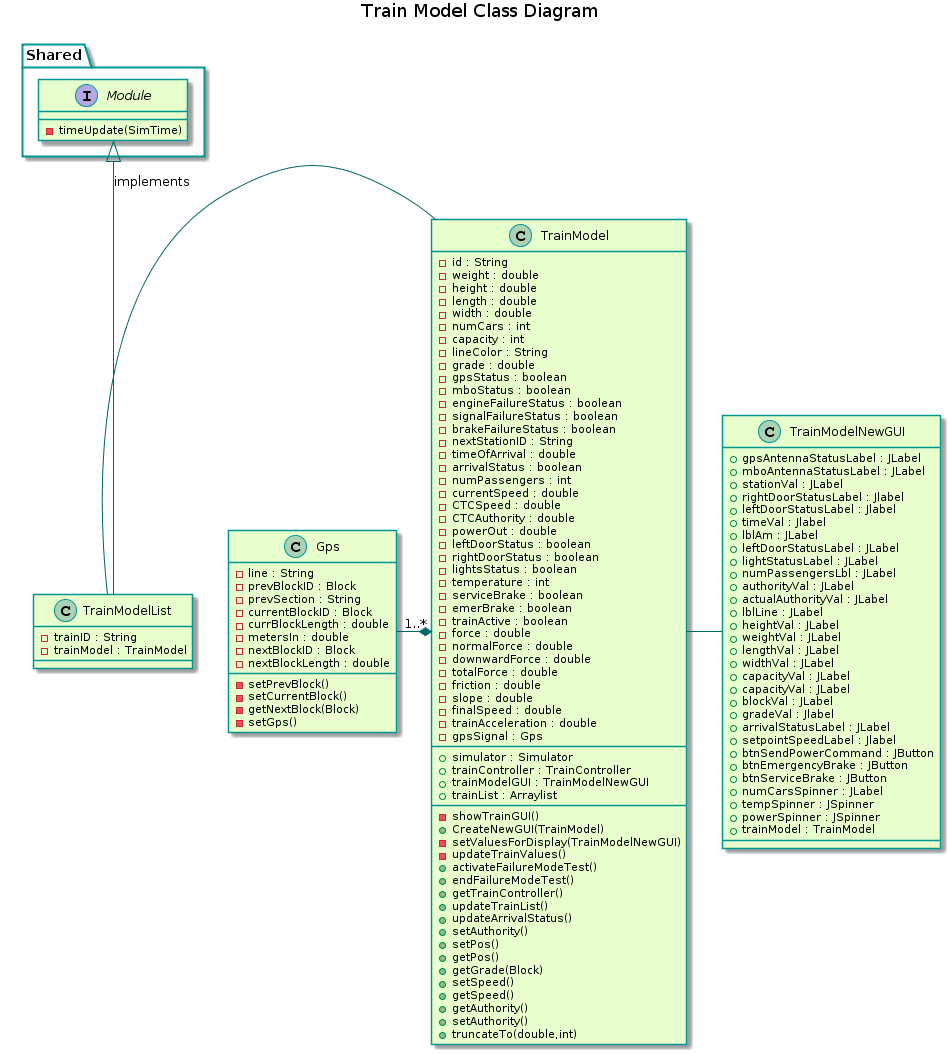
kevingilboy/COE1186 keeps this PlantUML diagram as TrainSystem/yUML/Class Diagrams/TrainModelClassDiagram.png. Above is the earlier version.
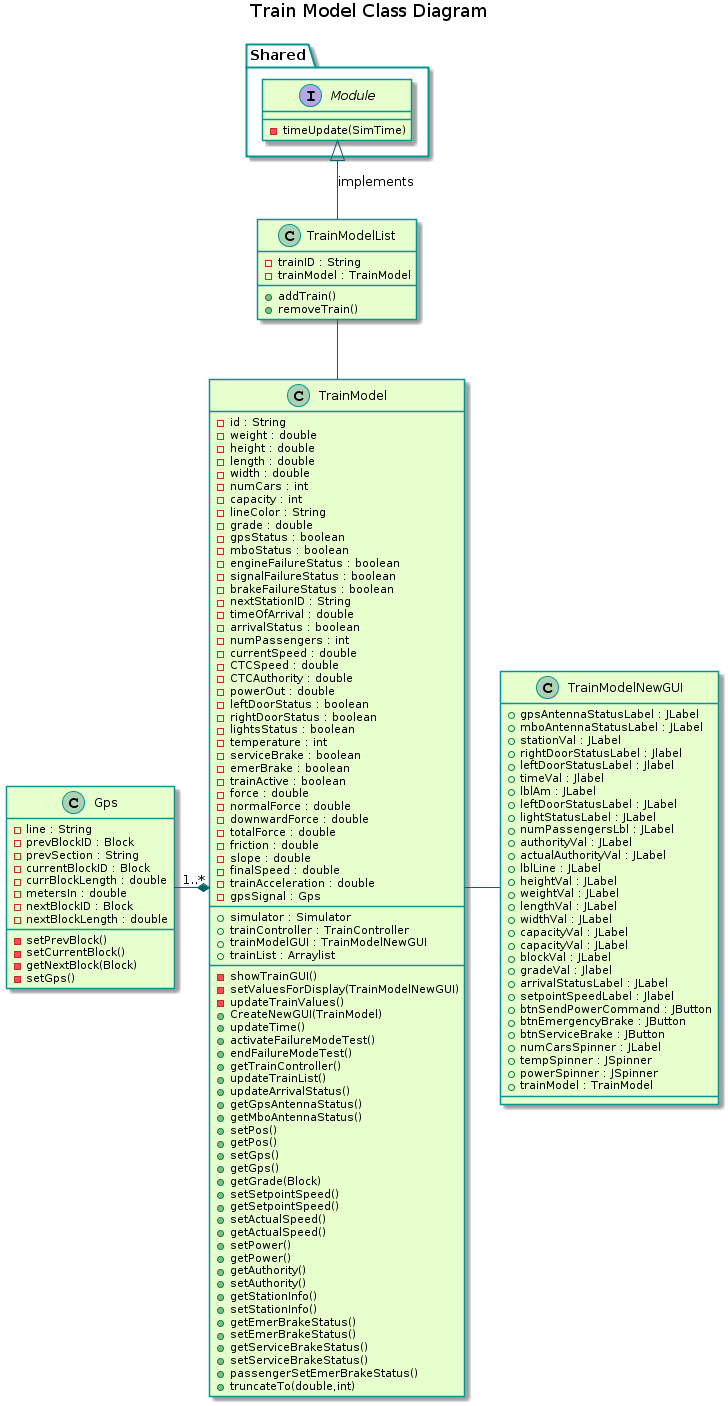
After the commit.

Change to the diagram source:
```diff
@@ -14,6 +14,8 @@
 class TrainModelList {
     -trainID : String
     -trainModel : TrainModel
+    +addTrain()
+    +removeTrain()
 }
 
 class TrainModel {
@@ -62,22 +64,37 @@
     +trainList : Arraylist
     __
     -showTrainGUI()
-    +CreateNewGUI(TrainModel)
     -setValuesForDisplay(TrainModelNewGUI)
     -updateTrainValues()
+    +CreateNewGUI(TrainModel)
+    +updateTime()
     +activateFailureModeTest()
     +endFailureModeTest()
     +getTrainController()
     +updateTrainList()
     +updateArrivalStatus()
-    +setAuthority()
+    +getGpsAntennaStatus()
+    +getMboAntennaStatus()
     +setPos()
     +getPos()
+    +setGps()
+    +getGps()
     +getGrade(Block)
-    +setSpeed()
-    +getSpeed()
+    +setSetpointSpeed()
+    +getSetpointSpeed()
+    +setActualSpeed()
+    +getActualSpeed()
+    +setPower()
+    +getPower()
     +getAuthority()
     +setAuthority()
+    +getStationInfo()
+    +setStationInfo()
+    +getEmerBrakeStatus()
+    +setEmerBrakeStatus()
+    +getServiceBrakeStatus()
+    +setServiceBrakeStatus()
+    +passengerSetEmerBrakeStatus()
     +truncateTo(double?int)
 }
 
@@ -131,7 +148,7 @@
 }
 
 Module <|-- TrainModelList : implements
-TrainModelList - TrainModel
+TrainModelList -down- TrainModel
+Gps "1..*"-* TrainModel
 TrainModel - TrainModelNewGUI
-Gps "1..*"-* TrainModel
 @enduml
```
